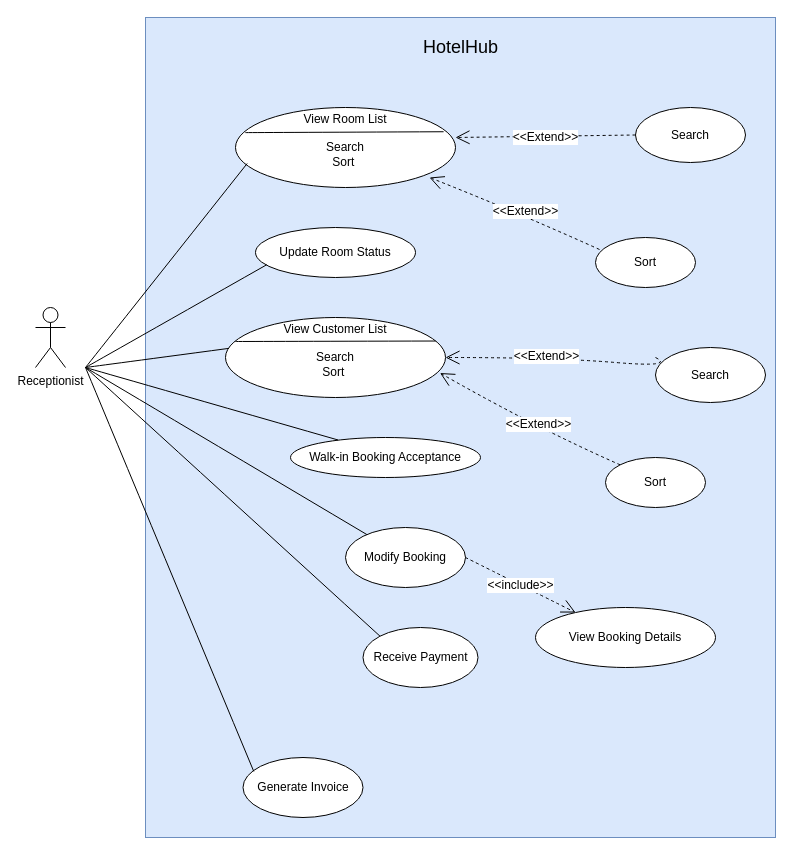
Above: page "UCs for Receptionist" (3 of 4) of UseCase.drawio in toikobi401/SWP391_HotelManagement (draw.io), before the change. Source tidied: cells renumbered, new cells numbered last; positions are measured from the earlier drawing's top-left corner, leaving out a move shared by most shapes. Both pictures are drawn from the tidied source at 100%, with x=0, y=0 at pixel (35, 17).
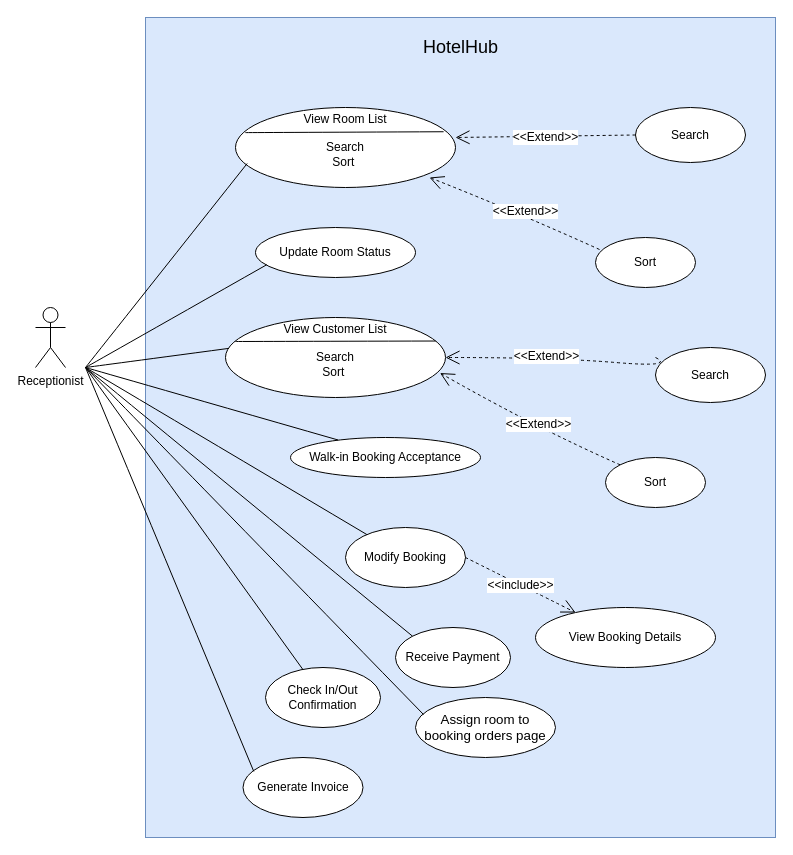
The same diagram, later.

Diff of the diagram source:
```diff
@@
     <mxCell id="11" value="Receive Payment" style="ellipse;whiteSpace=wrap;html=1;" parent="1" vertex="1">
-      <mxGeometry x="327.5" y="610" width="115" height="60" as="geometry" />
+      <mxGeometry x="360" y="610" width="115" height="60" as="geometry" />
     </mxCell>
@@
+    <mxCell id="31" value="Check In/Out Confirmation" style="ellipse;whiteSpace=wrap;html=1;" parent="1" vertex="1">
+      <mxGeometry x="230" y="650" width="115" height="60" as="geometry" />
+    </mxCell>
+    <mxCell id="32" style="endArrow=none;html=1;rounded=0;fontSize=12;startSize=8;endSize=8;curved=1;" parent="1" edge="1" target="31">
+      <mxGeometry relative="1" as="geometry">
+        <mxPoint x="50" y="350" as="sourcePoint" />
+      </mxGeometry>
+    </mxCell>
+    <mxCell id="33" value="&lt;span style=&quot;color: rgb(0, 0, 0); text-align: start; font-size: 10pt; font-family: Arial;&quot;&gt;Assign room to booking orders page&lt;/span&gt;" style="ellipse;whiteSpace=wrap;html=1;" parent="1" vertex="1">
+      <mxGeometry x="380" y="680" width="140" height="60" as="geometry" />
+    </mxCell>
+    <mxCell id="34" style="endArrow=none;html=1;rounded=0;fontSize=12;startSize=8;endSize=8;curved=1;entryX=0.057;entryY=0.283;entryDx=0;entryDy=0;entryPerimeter=0;" parent="1" edge="1" target="33">
+      <mxGeometry relative="1" as="geometry">
+        <mxPoint x="50" y="350" as="sourcePoint" />
+      </mxGeometry>
+    </mxCell>
```
